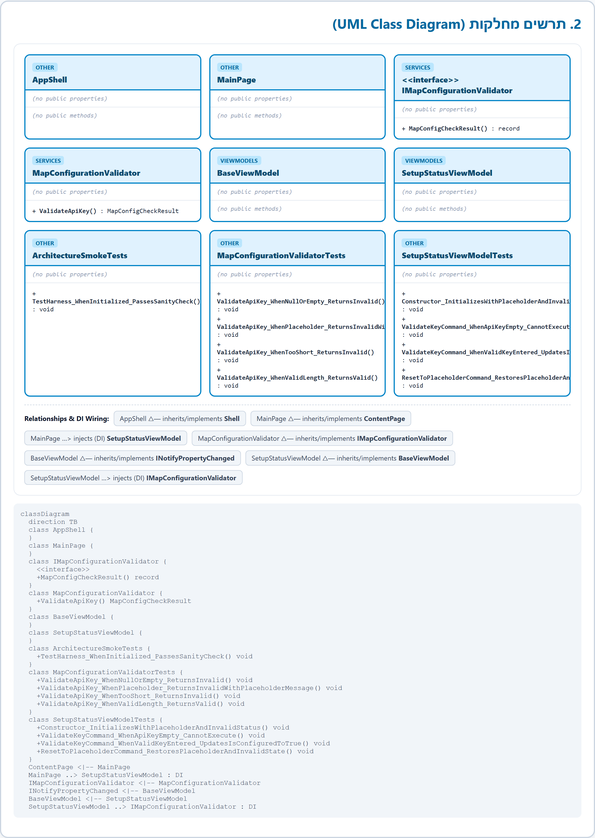
Earlier version of the Mermaid export Learning/Images/Architecture-UML.png (stma1one/MauiGoogleMapSample). Its source is kept beside it as Learning/Diagrams/Architecture-UML.mmd.
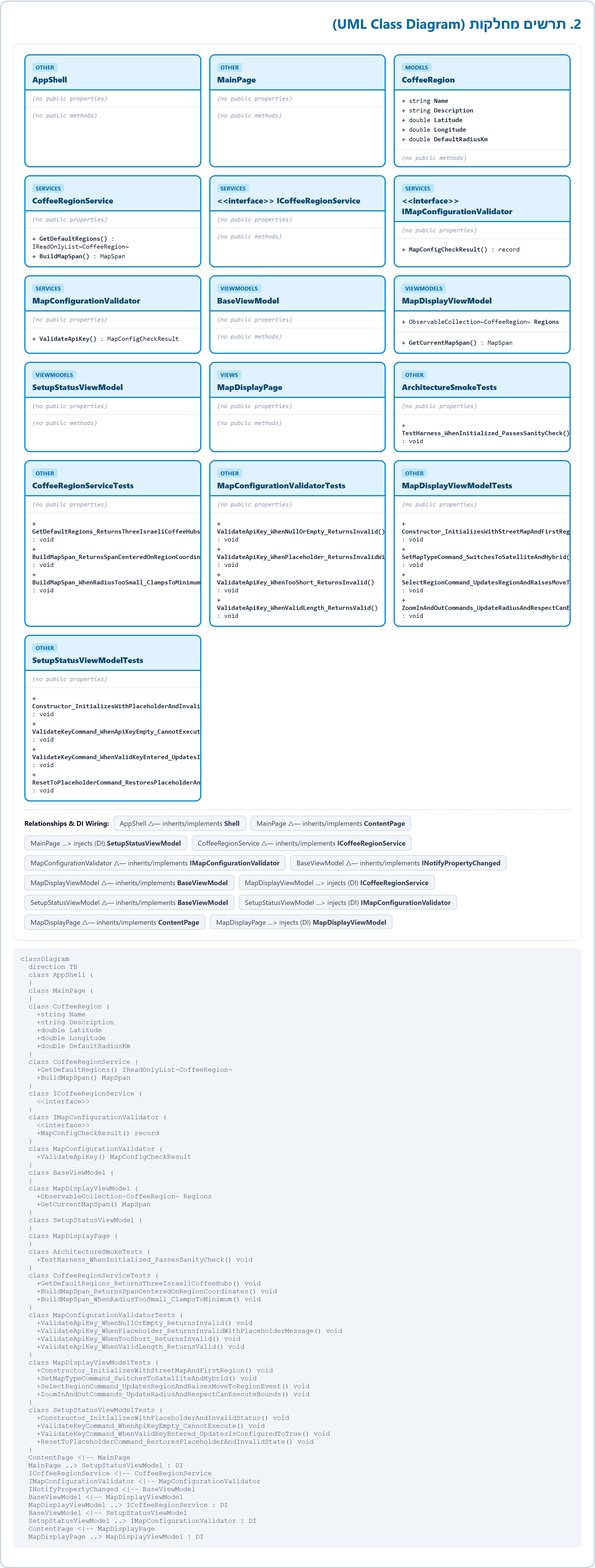
The same diagram one commit later.

The edit, as a diff of the source:
```diff
@@ -3,6 +3,20 @@
   class AppShell {
   }
   class MainPage {
+  }
+  class CoffeeRegion {
+    +string Name
+    +string Description
+    +double Latitude
+    +double Longitude
+    +double DefaultRadiusKm
+  }
+  class CoffeeRegionService {
+    +GetDefaultRegions() IReadOnlyList~CoffeeRegion~
+    +BuildMapSpan() MapSpan
+  }
+  class ICoffeeRegionService {
+    <<interface>>
   }
   class IMapConfigurationValidator {
     <<interface>>
@@ -13,16 +27,33 @@
   }
   class BaseViewModel {
   }
+  class MapDisplayViewModel {
+    +ObservableCollection~CoffeeRegion~ Regions
+    +GetCurrentMapSpan() MapSpan
+  }
   class SetupStatusViewModel {
+  }
+  class MapDisplayPage {
   }
   class ArchitectureSmokeTests {
     +TestHarness_WhenInitialized_PassesSanityCheck() void
+  }
+  class CoffeeRegionServiceTests {
+    +GetDefaultRegions_ReturnsThreeIsraeliCoffeeHubs() void
+    +BuildMapSpan_ReturnsSpanCenteredOnRegionCoordinates() void
+    +BuildMapSpan_WhenRadiusTooSmall_ClampsToMinimum() void
   }
   class MapConfigurationValidatorTests {
     +ValidateApiKey_WhenNullOrEmpty_ReturnsInvalid() void
     +ValidateApiKey_WhenPlaceholder_ReturnsInvalidWithPlaceholderMessage() void
     +ValidateApiKey_WhenTooShort_ReturnsInvalid() void
     +ValidateApiKey_WhenValidLength_ReturnsValid() void
+  }
+  class MapDisplayViewModelTests {
+    +Constructor_InitializesWithStreetMapAndFirstRegion() void
+    +SetMapTypeCommand_SwitchesToSatelliteAndHybrid() void
+    +SelectRegionCommand_UpdatesRegionAndRaisesMoveToRegionEvent() void
+    +ZoomInAndOutCommands_UpdateRadiusAndRespectCanExecuteBounds() void
   }
   class SetupStatusViewModelTests {
     +Constructor_InitializesWithPlaceholderAndInvalidStatus() void
@@ -32,7 +63,12 @@
   }
   ContentPage <|-- MainPage
   MainPage ..> SetupStatusViewModel : DI
+  ICoffeeRegionService <|-- CoffeeRegionService
   IMapConfigurationValidator <|-- MapConfigurationValidator
   INotifyPropertyChanged <|-- BaseViewModel
+  BaseViewModel <|-- MapDisplayViewModel
+  MapDisplayViewModel ..> ICoffeeRegionService : DI
   BaseViewModel <|-- SetupStatusViewModel
   SetupStatusViewModel ..> IMapConfigurationValidator : DI
+  ContentPage <|-- MapDisplayPage
+  MapDisplayPage ..> MapDisplayViewModel : DI
```
